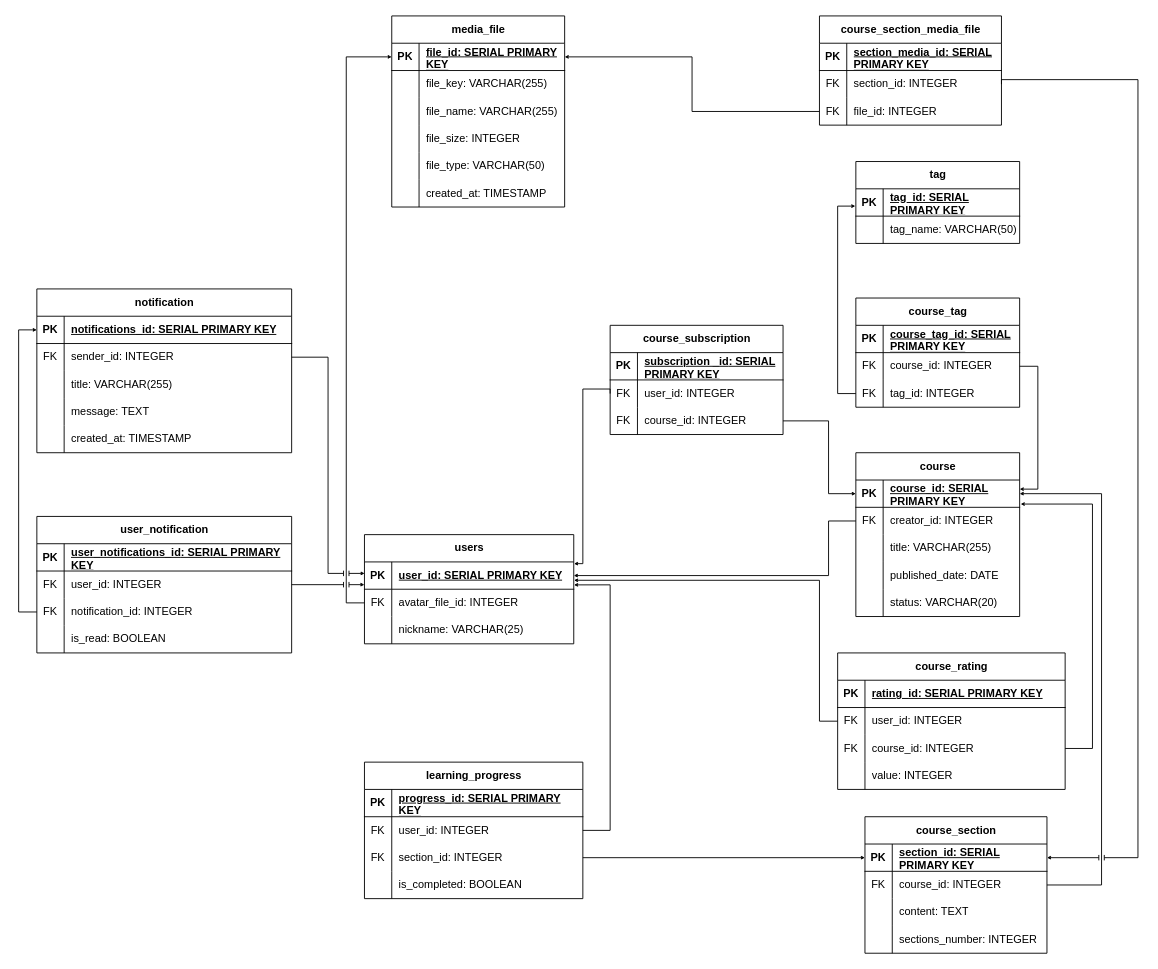
This is diagrams/Физическая модель базы данных (Physical database model)/Физическая модель БД.drawio from sahland/9.5-Team, a draw.io file, before an edit. Source tidied: cells renumbered, new cells numbered last; positions are measured from the earlier drawing's top-left corner, leaving out a move shared by most shapes. Both pictures are drawn from the tidied source at 91%, with x=0, y=0 at pixel (36, 15).
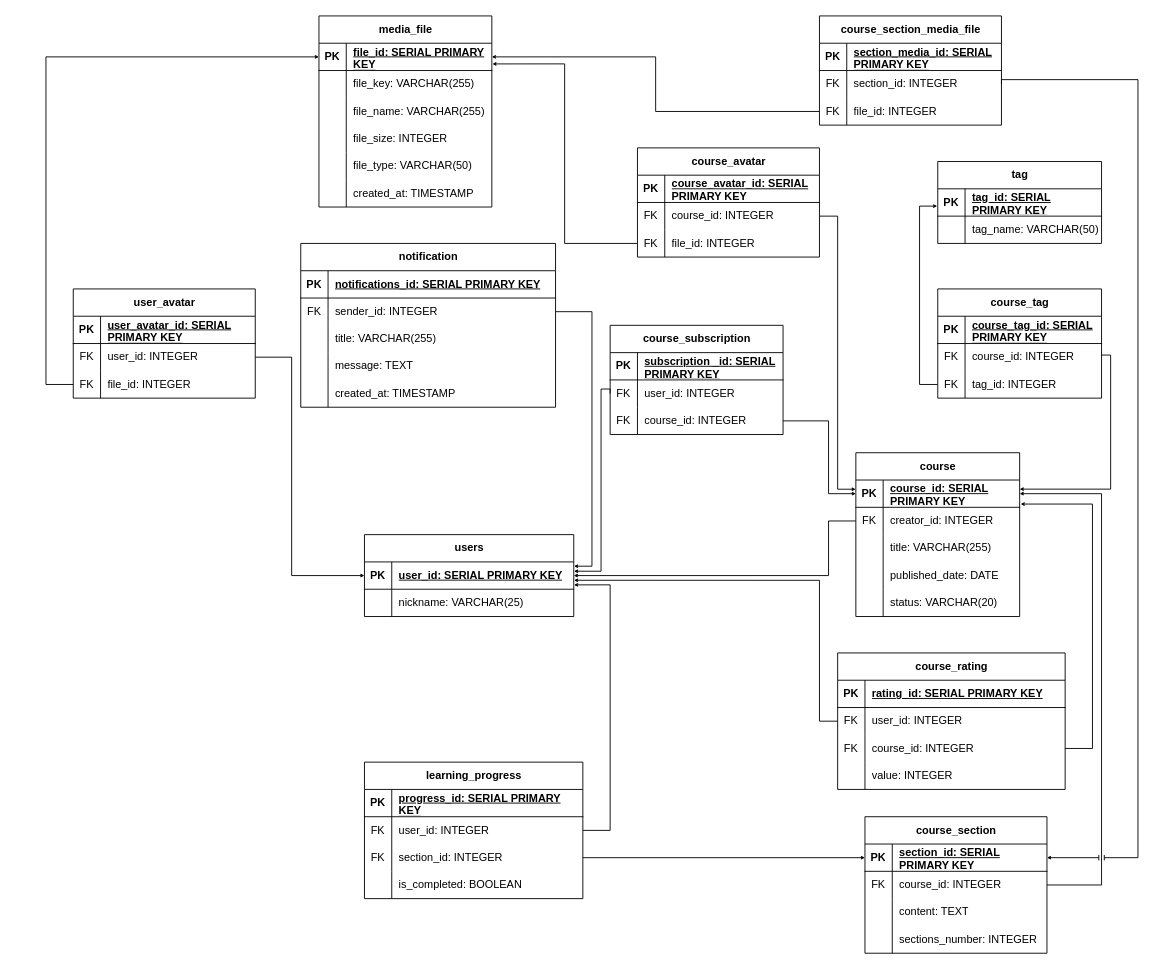
After the change.

Unchanged cells that the change refers to:
```xml
<mxCell id="3" style="shape=tableRow;horizontal=0;startSize=0;swimlaneHead=0;swimlaneBody=0;fillColor=none;points=[[0,0.5],[1,0.5]];portConstraint=eastwest;top=0;left=0;right=0;bottom=1;" parent="2" vertex="1">
  <mxGeometry y="30" width="230" height="30" as="geometry" />
</mxCell>
<mxCell id="13" style="shape=tableRow;horizontal=0;startSize=0;swimlaneHead=0;swimlaneBody=0;fillColor=none;points=[[0,0.5],[1,0.5]];portConstraint=eastwest;top=0;left=0;right=0;bottom=1;" parent="12" vertex="1">
  <mxGeometry y="30" width="180" height="30" as="geometry" />
</mxCell>
<mxCell id="58" style="shape=tableRow;horizontal=0;startSize=0;swimlaneHead=0;swimlaneBody=0;fillColor=none;points=[[0,0.5],[1,0.5]];portConstraint=eastwest;top=0;left=0;right=0;bottom=0;" parent="54" vertex="1">
  <mxGeometry y="60" width="190" height="30" as="geometry" />
</mxCell>
<mxCell id="86" style="shape=tableRow;horizontal=0;startSize=0;swimlaneHead=0;swimlaneBody=0;fillColor=none;points=[[0,0.5],[1,0.5]];portConstraint=eastwest;top=0;left=0;right=0;bottom=1;" parent="85" vertex="1">
  <mxGeometry y="30" width="190" height="30" as="geometry" />
</mxCell>
<mxCell id="118" style="shape=tableRow;horizontal=0;startSize=0;swimlaneHead=0;swimlaneBody=0;fillColor=none;points=[[0,0.5],[1,0.5]];portConstraint=eastwest;top=0;left=0;right=0;bottom=1;" parent="117" vertex="1">
  <mxGeometry y="30" width="280" height="30" as="geometry" />
</mxCell>
<mxCell id="121" style="shape=tableRow;horizontal=0;startSize=0;swimlaneHead=0;swimlaneBody=0;fillColor=none;points=[[0,0.5],[1,0.5]];portConstraint=eastwest;top=0;left=0;right=0;bottom=0;" parent="117" vertex="1">
  <mxGeometry y="60" width="280" height="30" as="geometry" />
</mxCell>
<mxCell id="160" style="shape=tableRow;horizontal=0;startSize=0;swimlaneHead=0;swimlaneBody=0;fillColor=none;points=[[0,0.5],[1,0.5]];portConstraint=eastwest;top=0;left=0;right=0;bottom=0;" parent="156" vertex="1">
  <mxGeometry y="60" width="180" height="30" as="geometry" />
</mxCell>
```

Change to the diagram source:
```diff
@@
     <mxCell id="2" value="users" style="shape=table;startSize=30;childLayout=tableLayout;rowLines=0;fontStyle=1;align=center;html=1;" parent="1" vertex="1">
-      <mxGeometry x="360" y="570" width="230" height="120" as="geometry" />
+      <mxGeometry x="360" y="570" width="230" height="90" as="geometry" />
     </mxCell>
@@
-    <mxCell id="6" style="shape=tableRow;horizontal=0;startSize=0;swimlaneHead=0;swimlaneBody=0;fillColor=none;points=[[0,0.5],[1,0.5]];portConstraint=eastwest;top=0;left=0;right=0;bottom=0;" parent="2" vertex="1">
-      <mxGeometry y="60" width="230" height="30" as="geometry" />
-    </mxCell>
-    <mxCell id="7" value="FK" style="shape=partialRectangle;fillColor=none;top=0;left=0;bottom=0;right=0;overflow=hidden;whiteSpace=wrap;html=1;" parent="6" vertex="1">
-      <mxGeometry width="30" height="30" as="geometry" />
-    </mxCell>
-    <mxCell id="8" value="avatar_file_id: INTEGER" style="shape=partialRectangle;fillColor=none;top=0;left=0;bottom=0;right=0;align=left;spacingLeft=6;overflow=hidden;whiteSpace=wrap;html=1;" parent="6" vertex="1">
-      <mxGeometry x="30" width="200" height="30" as="geometry" />
-    </mxCell>
     <mxCell id="9" style="shape=tableRow;horizontal=0;startSize=0;swimlaneHead=0;swimlaneBody=0;fillColor=none;top=0;left=0;right=0;bottom=0;" parent="2" vertex="1">
-      <mxGeometry y="90" width="230" height="30" as="geometry" />
+      <mxGeometry y="60" width="230" height="30" as="geometry" />
     </mxCell>
@@
-    <mxCell id="78" style="edgeStyle=orthogonalEdgeStyle;rounded=0;jettySize=auto;html=1;entryX=1.001;entryY=0.064;entryDx=0;entryDy=0;entryPerimeter=0;strokeWidth=1;endSize=2;exitX=0;exitY=0.5;exitDx=0;exitDy=0;" parent="1" edge="1" source="58" target="3">
+    <mxCell id="78" style="edgeStyle=orthogonalEdgeStyle;rounded=0;jettySize=auto;html=1;entryX=1.001;entryY=0.34;entryDx=0;entryDy=0;entryPerimeter=0;strokeWidth=1;endSize=2;exitX=0;exitY=0.5;exitDx=0;exitDy=0;" parent="1" edge="1" source="58" target="3">
       <mxGeometry relative="1" as="geometry">
         <Array as="points">
           <mxPoint x="630" y="410" />
-          <mxPoint x="600" y="410" />
-          <mxPoint x="600" y="602" />
+          <mxPoint x="620" y="410" />
+          <mxPoint x="620" y="610" />
         </Array>
       </mxGeometry>
     </mxCell>
@@
     <mxCell id="85" value="media_file" style="shape=table;startSize=30;childLayout=tableLayout;rowLines=0;fontStyle=1;align=center;html=1;" parent="1" vertex="1">
-      <mxGeometry x="390" width="190" height="210" as="geometry" />
+      <mxGeometry x="310" width="190" height="210" as="geometry" />
     </mxCell>
@@
-    <mxCell id="116" style="edgeStyle=orthogonalEdgeStyle;rounded=0;jettySize=auto;html=1;entryX=0;entryY=0.5;entryDx=0;entryDy=0;endSize=6;startSize=2;startArrow=classic;startFill=1;endArrow=none;endFill=0;exitX=0;exitY=0.5;exitDx=0;exitDy=0;jumpStyle=none;" parent="1" edge="1" source="86" target="6">
+    <mxCell id="116" style="edgeStyle=orthogonalEdgeStyle;rounded=0;jettySize=auto;html=1;entryX=0;entryY=0.5;entryDx=0;entryDy=0;endSize=6;startSize=2;startArrow=classic;startFill=1;endArrow=none;endFill=0;exitX=0;exitY=0.5;exitDx=0;exitDy=0;jumpStyle=none;" parent="1" edge="1" source="86">
       <mxGeometry relative="1" as="geometry">
         <Array as="points">
-          <mxPoint x="340" y="45" />
-          <mxPoint x="340" y="645" />
+          <mxPoint x="260" y="45" />
+          <mxPoint x="260" y="645" />
         </Array>
       </mxGeometry>
     </mxCell>
     <mxCell id="117" value="notification" style="shape=table;startSize=30;childLayout=tableLayout;rowLines=0;fontStyle=1;align=center;html=1;" parent="1" vertex="1">
-      <mxGeometry y="300" width="280" height="180" as="geometry" />
+      <mxGeometry x="290" y="250" width="280" height="180" as="geometry" />
     </mxCell>
@@
-    <mxCell id="133" value="user_notification" style="shape=table;startSize=30;childLayout=tableLayout;rowLines=0;fontStyle=1;align=center;html=1;" parent="1" vertex="1">
-      <mxGeometry y="550" width="280" height="150" as="geometry" />
-    </mxCell>
-    <mxCell id="134" style="shape=tableRow;horizontal=0;startSize=0;swimlaneHead=0;swimlaneBody=0;fillColor=none;top=0;left=0;right=0;bottom=1;" parent="133" vertex="1">
-      <mxGeometry y="30" width="280" height="30" as="geometry" />
-    </mxCell>
-    <mxCell id="135" value="PK" style="shape=partialRectangle;fillColor=none;top=0;left=0;bottom=0;right=0;fontStyle=1;overflow=hidden;whiteSpace=wrap;html=1;" parent="134" vertex="1">
-      <mxGeometry width="30" height="30" as="geometry" />
-    </mxCell>
-    <mxCell id="136" value="&lt;span style=&quot;text-align: center; text-wrap: nowrap;&quot;&gt;user_notifications_id&lt;/span&gt;:&amp;nbsp;SERIAL PRIMARY KEY" style="shape=partialRectangle;fillColor=none;top=0;left=0;bottom=0;right=0;align=left;spacingLeft=6;fontStyle=5;overflow=hidden;whiteSpace=wrap;html=1;" parent="134" vertex="1">
-      <mxGeometry x="30" width="250" height="30" as="geometry" />
-    </mxCell>
-    <mxCell id="137" style="shape=tableRow;horizontal=0;startSize=0;swimlaneHead=0;swimlaneBody=0;fillColor=none;points=[[0,0.5],[1,0.5]];portConstraint=eastwest;top=0;left=0;right=0;bottom=0;" parent="133" vertex="1">
-      <mxGeometry y="60" width="280" height="30" as="geometry" />
-    </mxCell>
-    <mxCell id="138" value="FK" style="shape=partialRectangle;fillColor=none;top=0;left=0;bottom=0;right=0;overflow=hidden;whiteSpace=wrap;html=1;" parent="137" vertex="1">
-      <mxGeometry width="30" height="30" as="geometry" />
-    </mxCell>
-    <mxCell id="139" value="user_id: INTEGER" style="shape=partialRectangle;fillColor=none;top=0;left=0;bottom=0;right=0;align=left;spacingLeft=6;overflow=hidden;whiteSpace=wrap;html=1;" parent="137" vertex="1">
-      <mxGeometry x="30" width="250" height="30" as="geometry" />
-    </mxCell>
-    <mxCell id="140" style="shape=tableRow;horizontal=0;startSize=0;swimlaneHead=0;swimlaneBody=0;fillColor=none;points=[[0,0.5],[1,0.5]];portConstraint=eastwest;top=0;left=0;right=0;bottom=0;" parent="133" vertex="1">
-      <mxGeometry y="90" width="280" height="30" as="geometry" />
-    </mxCell>
-    <mxCell id="141" value="FK" style="shape=partialRectangle;fillColor=none;top=0;left=0;bottom=0;right=0;overflow=hidden;whiteSpace=wrap;html=1;" parent="140" vertex="1">
-      <mxGeometry width="30" height="30" as="geometry" />
-    </mxCell>
-    <mxCell id="142" value="notification_id: INTEGER" style="shape=partialRectangle;fillColor=none;top=0;left=0;bottom=0;right=0;align=left;spacingLeft=6;overflow=hidden;whiteSpace=wrap;html=1;" parent="140" vertex="1">
-      <mxGeometry x="30" width="250" height="30" as="geometry" />
-    </mxCell>
-    <mxCell id="143" style="shape=tableRow;horizontal=0;startSize=0;swimlaneHead=0;swimlaneBody=0;fillColor=none;top=0;left=0;right=0;bottom=0;" parent="133" vertex="1">
-      <mxGeometry y="120" width="280" height="30" as="geometry" />
-    </mxCell>
-    <mxCell id="144" style="shape=partialRectangle;fillColor=none;top=0;left=0;bottom=0;right=0;overflow=hidden;whiteSpace=wrap;html=1;" parent="143" vertex="1">
-      <mxGeometry width="30" height="30" as="geometry" />
-    </mxCell>
-    <mxCell id="145" value="is_read: BOOLEAN" style="shape=partialRectangle;fillColor=none;top=0;left=0;bottom=0;right=0;align=left;spacingLeft=6;overflow=hidden;whiteSpace=wrap;html=1;" parent="143" vertex="1">
-      <mxGeometry x="30" width="250" height="30" as="geometry" />
-    </mxCell>
-    <mxCell id="146" style="edgeStyle=orthogonalEdgeStyle;rounded=0;jettySize=auto;html=1;entryX=0;entryY=0.5;entryDx=0;entryDy=0;endSize=2;" parent="1" edge="1" source="140" target="118">
-      <mxGeometry relative="1" as="geometry" />
-    </mxCell>
-    <mxCell id="147" style="edgeStyle=orthogonalEdgeStyle;rounded=0;jettySize=auto;html=1;entryX=0;entryY=0.833;entryDx=0;entryDy=0;endSize=2;entryPerimeter=0;jumpStyle=line;" parent="1" edge="1" source="137" target="3">
-      <mxGeometry relative="1" as="geometry" />
-    </mxCell>
-    <mxCell id="148" style="edgeStyle=orthogonalEdgeStyle;rounded=0;jettySize=auto;html=1;entryX=0.001;entryY=0.42;entryDx=0;entryDy=0;entryPerimeter=0;endSize=2;jumpStyle=line;" parent="1" edge="1" source="121" target="3">
+    <mxCell id="148" style="edgeStyle=orthogonalEdgeStyle;rounded=0;jettySize=auto;html=1;entryX=1.001;entryY=0.156;entryDx=0;entryDy=0;entryPerimeter=0;endSize=2;jumpStyle=line;" parent="1" edge="1" source="121" target="3">
       <mxGeometry relative="1" as="geometry" />
     </mxCell>
     <mxCell id="149" value="tag" style="shape=table;startSize=30;childLayout=tableLayout;rowLines=0;fontStyle=1;align=center;html=1;" parent="1" vertex="1">
-      <mxGeometry x="900" y="160" width="180" height="90" as="geometry" />
+      <mxGeometry x="990" y="160" width="180" height="90" as="geometry" />
     </mxCell>
@@
     <mxCell id="156" value="course_tag" style="shape=table;startSize=30;childLayout=tableLayout;rowLines=0;fontStyle=1;align=center;html=1;" parent="1" vertex="1">
-      <mxGeometry x="900" y="310" width="180" height="120" as="geometry" />
+      <mxGeometry x="990" y="300" width="180" height="120" as="geometry" />
     </mxCell>
@@
-    <mxCell id="166" style="edgeStyle=orthogonalEdgeStyle;rounded=0;jettySize=auto;html=1;endSize=2;" parent="1" edge="1" source="160">
+    <mxCell id="166" style="edgeStyle=orthogonalEdgeStyle;rounded=0;jettySize=auto;html=1;endSize=2;exitX=1;exitY=0.422;exitDx=0;exitDy=0;exitPerimeter=0;" parent="1" edge="1" source="160">
       <mxGeometry relative="1" as="geometry">
         <mxPoint x="1080" y="520" as="targetPoint" />
         <Array as="points">
-          <mxPoint x="1100" y="385" />
-          <mxPoint x="1100" y="520" />
-          <mxPoint x="1080" y="520" />
+          <mxPoint x="1180" y="373" />
+          <mxPoint x="1180" y="520" />
         </Array>
       </mxGeometry>
     </mxCell>
@@
+    <mxCell id="168" value="course_avatar" style="shape=table;startSize=30;childLayout=tableLayout;rowLines=0;fontStyle=1;align=center;html=1;" parent="1" vertex="1">
+      <mxGeometry x="660" y="145" width="200" height="120" as="geometry" />
+    </mxCell>
+    <mxCell id="169" style="shape=tableRow;horizontal=0;startSize=0;swimlaneHead=0;swimlaneBody=0;fillColor=none;top=0;left=0;right=0;bottom=1;" parent="168" vertex="1">
+      <mxGeometry y="30" width="200" height="30" as="geometry" />
+    </mxCell>
+    <mxCell id="170" value="PK" style="shape=partialRectangle;fillColor=none;top=0;left=0;bottom=0;right=0;fontStyle=1;overflow=hidden;whiteSpace=wrap;html=1;" parent="169" vertex="1">
+      <mxGeometry width="30" height="30" as="geometry" />
+    </mxCell>
+    <mxCell id="171" value="&lt;div style=&quot;&quot;&gt;&lt;span style=&quot;text-align: center; text-wrap: nowrap; background-color: initial;&quot;&gt;course_avatar&lt;/span&gt;&lt;span style=&quot;background-color: initial;&quot;&gt;_id:&lt;/span&gt;&lt;span style=&quot;background-color: initial;&quot;&gt;&amp;nbsp;SERIAL PRIMARY KEY&lt;/span&gt;&lt;br&gt;&lt;/div&gt;" style="shape=partialRectangle;fillColor=none;top=0;left=0;bottom=0;right=0;align=left;spacingLeft=6;fontStyle=5;overflow=hidden;whiteSpace=wrap;html=1;" parent="169" vertex="1">
+      <mxGeometry x="30" width="170" height="30" as="geometry" />
+    </mxCell>
+    <mxCell id="172" style="shape=tableRow;horizontal=0;startSize=0;swimlaneHead=0;swimlaneBody=0;fillColor=none;points=[[0,0.5],[1,0.5]];portConstraint=eastwest;top=0;left=0;right=0;bottom=0;" parent="168" vertex="1">
+      <mxGeometry y="60" width="200" height="30" as="geometry" />
+    </mxCell>
+    <mxCell id="173" value="FK" style="shape=partialRectangle;fillColor=none;top=0;left=0;bottom=0;right=0;overflow=hidden;whiteSpace=wrap;html=1;" parent="172" vertex="1">
+      <mxGeometry width="30" height="30" as="geometry" />
+    </mxCell>
+    <mxCell id="174" value="course_id: INTEGER" style="shape=partialRectangle;fillColor=none;top=0;left=0;bottom=0;right=0;align=left;spacingLeft=6;overflow=hidden;whiteSpace=wrap;html=1;" parent="172" vertex="1">
+      <mxGeometry x="30" width="170" height="30" as="geometry" />
+    </mxCell>
+    <mxCell id="175" style="shape=tableRow;horizontal=0;startSize=0;swimlaneHead=0;swimlaneBody=0;fillColor=none;points=[[0,0.5],[1,0.5]];portConstraint=eastwest;top=0;left=0;right=0;bottom=0;" parent="168" vertex="1">
+      <mxGeometry y="90" width="200" height="30" as="geometry" />
+    </mxCell>
+    <mxCell id="176" value="FK" style="shape=partialRectangle;fillColor=none;top=0;left=0;bottom=0;right=0;overflow=hidden;whiteSpace=wrap;html=1;" parent="175" vertex="1">
+      <mxGeometry width="30" height="30" as="geometry" />
+    </mxCell>
+    <mxCell id="177" value="file_id: INTEGER" style="shape=partialRectangle;fillColor=none;top=0;left=0;bottom=0;right=0;align=left;spacingLeft=6;overflow=hidden;whiteSpace=wrap;html=1;" parent="175" vertex="1">
+      <mxGeometry x="30" width="170" height="30" as="geometry" />
+    </mxCell>
+    <mxCell id="178" style="edgeStyle=orthogonalEdgeStyle;rounded=0;jettySize=auto;html=1;entryX=1.003;entryY=0.758;entryDx=0;entryDy=0;entryPerimeter=0;endSize=2;" parent="1" edge="1" source="175" target="86">
+      <mxGeometry relative="1" as="geometry" />
+    </mxCell>
+    <mxCell id="179" style="edgeStyle=orthogonalEdgeStyle;rounded=0;jettySize=auto;html=1;entryX=-0.001;entryY=0.338;entryDx=0;entryDy=0;entryPerimeter=0;endSize=2;" parent="1" edge="1" source="172" target="13">
+      <mxGeometry relative="1" as="geometry" />
+    </mxCell>
+    <mxCell id="180" value="user_avatar" style="shape=table;startSize=30;childLayout=tableLayout;rowLines=0;fontStyle=1;align=center;html=1;" parent="1" vertex="1">
+      <mxGeometry x="40" y="300" width="200" height="120" as="geometry" />
+    </mxCell>
+    <mxCell id="181" style="shape=tableRow;horizontal=0;startSize=0;swimlaneHead=0;swimlaneBody=0;fillColor=none;top=0;left=0;right=0;bottom=1;" parent="180" vertex="1">
+      <mxGeometry y="30" width="200" height="30" as="geometry" />
+    </mxCell>
+    <mxCell id="182" value="PK" style="shape=partialRectangle;fillColor=none;top=0;left=0;bottom=0;right=0;fontStyle=1;overflow=hidden;whiteSpace=wrap;html=1;" parent="181" vertex="1">
+      <mxGeometry width="30" height="30" as="geometry" />
+    </mxCell>
+    <mxCell id="183" value="&lt;div style=&quot;&quot;&gt;&lt;span style=&quot;text-align: center; text-wrap: nowrap; background-color: initial;&quot;&gt;user_avatar&lt;/span&gt;&lt;span style=&quot;background-color: initial;&quot;&gt;_id:&lt;/span&gt;&lt;span style=&quot;background-color: initial;&quot;&gt;&amp;nbsp;SERIAL PRIMARY KEY&lt;/span&gt;&lt;br&gt;&lt;/div&gt;" style="shape=partialRectangle;fillColor=none;top=0;left=0;bottom=0;right=0;align=left;spacingLeft=6;fontStyle=5;overflow=hidden;whiteSpace=wrap;html=1;" parent="181" vertex="1">
+      <mxGeometry x="30" width="170" height="30" as="geometry" />
+    </mxCell>
+    <mxCell id="184" style="shape=tableRow;horizontal=0;startSize=0;swimlaneHead=0;swimlaneBody=0;fillColor=none;points=[[0,0.5],[1,0.5]];portConstraint=eastwest;top=0;left=0;right=0;bottom=0;" parent="180" vertex="1">
+      <mxGeometry y="60" width="200" height="30" as="geometry" />
+    </mxCell>
+    <mxCell id="185" value="FK" style="shape=partialRectangle;fillColor=none;top=0;left=0;bottom=0;right=0;overflow=hidden;whiteSpace=wrap;html=1;" parent="184" vertex="1">
+      <mxGeometry width="30" height="30" as="geometry" />
+    </mxCell>
+    <mxCell id="139" value="user_id: INTEGER" style="shape=partialRectangle;fillColor=none;top=0;left=0;bottom=0;right=0;align=left;spacingLeft=6;overflow=hidden;whiteSpace=wrap;html=1;" parent="184" vertex="1">
+      <mxGeometry x="30" width="170" height="30" as="geometry" />
+    </mxCell>
+    <mxCell id="186" style="shape=tableRow;horizontal=0;startSize=0;swimlaneHead=0;swimlaneBody=0;fillColor=none;points=[[0,0.5],[1,0.5]];portConstraint=eastwest;top=0;left=0;right=0;bottom=0;" parent="180" vertex="1">
+      <mxGeometry y="90" width="200" height="30" as="geometry" />
+    </mxCell>
+    <mxCell id="187" value="FK" style="shape=partialRectangle;fillColor=none;top=0;left=0;bottom=0;right=0;overflow=hidden;whiteSpace=wrap;html=1;" parent="186" vertex="1">
+      <mxGeometry width="30" height="30" as="geometry" />
+    </mxCell>
+    <mxCell id="188" value="file_id: INTEGER" style="shape=partialRectangle;fillColor=none;top=0;left=0;bottom=0;right=0;align=left;spacingLeft=6;overflow=hidden;whiteSpace=wrap;html=1;" parent="186" vertex="1">
+      <mxGeometry x="30" width="170" height="30" as="geometry" />
+    </mxCell>
+    <mxCell id="189" style="edgeStyle=orthogonalEdgeStyle;rounded=0;jettySize=auto;html=1;entryX=0;entryY=0.5;entryDx=0;entryDy=0;endSize=2;" parent="1" edge="1" source="186" target="86">
+      <mxGeometry relative="1" as="geometry">
+        <Array as="points">
+          <mxPoint x="10" y="405" />
+          <mxPoint x="10" y="45" />
+        </Array>
+      </mxGeometry>
+    </mxCell>
+    <mxCell id="190" style="edgeStyle=orthogonalEdgeStyle;rounded=0;jettySize=auto;html=1;entryX=0;entryY=0.5;entryDx=0;entryDy=0;endSize=2;" parent="1" edge="1" source="184" target="3">
+      <mxGeometry relative="1" as="geometry">
+        <Array as="points">
+          <mxPoint x="280" y="375" />
+          <mxPoint x="280" y="615" />
+        </Array>
+      </mxGeometry>
+    </mxCell>
```
